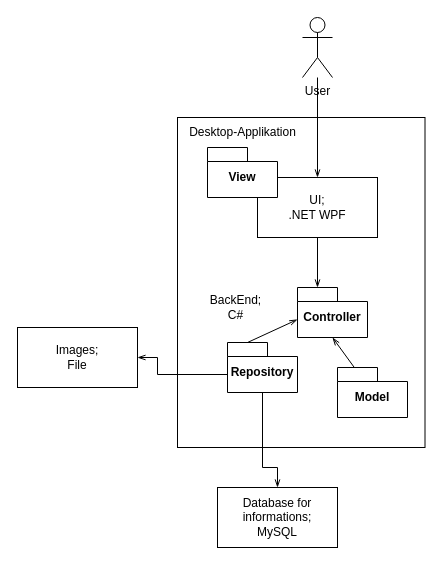
Joel6v/PraktikumZuehlke keeps this draw.io diagram as Diagrams/HighLevelArchitectureDiagram-1.drawio. Above is the earlier version. Source tidied: cells renumbered, new cells numbered last; positions are measured from the earlier drawing's top-left corner, leaving out a move shared by most shapes. Both pictures are drawn from the tidied source at 100%, with x=0, y=0 at pixel (17, 17).
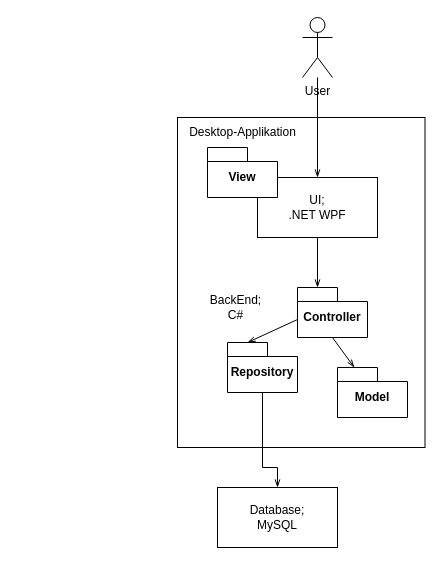
After the change.

Unchanged cells that the change refers to:
```xml
<mxCell id="5" style="group;" parent="1" vertex="1">
  <mxGeometry x="160" y="100" width="247.5" height="330" as="geometry" />
</mxCell>
<mxCell id="10" value="Controller" style="shape=folder;fontStyle=1;spacingTop=10;tabWidth=40;tabHeight=14;tabPosition=left;html=1;whiteSpace=wrap;" parent="5" vertex="1">
  <mxGeometry x="120" y="170" width="70" height="50" as="geometry" />
</mxCell>
<mxCell id="11" value="Model" style="shape=folder;fontStyle=1;spacingTop=10;tabWidth=40;tabHeight=14;tabPosition=left;html=1;whiteSpace=wrap;" parent="5" vertex="1">
  <mxGeometry x="160" y="250" width="70" height="50" as="geometry" />
</mxCell>
<mxCell id="12" value="Repository" style="shape=folder;fontStyle=1;spacingTop=10;tabWidth=40;tabHeight=14;tabPosition=left;html=1;whiteSpace=wrap;" parent="5" vertex="1">
  <mxGeometry x="50" y="225" width="70" height="50" as="geometry" />
</mxCell>
```

What changed in the source:
```diff
@@
-    <mxCell id="3" value="Database for informations;&lt;div&gt;MySQL&lt;/div&gt;" style="rounded=0;whiteSpace=wrap;html=1;" parent="1" vertex="1">
+    <mxCell id="3" value="Database;&lt;div&gt;MySQL&lt;/div&gt;" style="rounded=0;whiteSpace=wrap;html=1;" parent="1" vertex="1">
       <mxGeometry x="200" y="470" width="120" height="60" as="geometry" />
     </mxCell>
-    <mxCell id="4" value="Images;&lt;div&gt;File&lt;/div&gt;" style="rounded=0;whiteSpace=wrap;html=1;" parent="1" vertex="1">
-      <mxGeometry y="310" width="120" height="60" as="geometry" />
-    </mxCell>
@@
-    <mxCell id="13" style="rounded=0;jettySize=auto;html=1;entryX=0;entryY=0;entryDx=0;entryDy=32;entryPerimeter=0;exitX=0;exitY=0;exitDx=20;exitDy=0;exitPerimeter=0;endArrow=openThin;endFill=0;" parent="5" edge="1" source="12" target="10">
+    <mxCell id="13" style="rounded=0;jettySize=auto;html=1;entryX=0;entryY=0;entryDx=0;entryDy=32;entryPerimeter=0;exitX=0;exitY=0;exitDx=20;exitDy=0;exitPerimeter=0;endArrow=none;endFill=0;startArrow=openThin;startFill=0;" parent="5" edge="1" source="12" target="10">
       <mxGeometry relative="1" as="geometry" />
     </mxCell>
-    <mxCell id="14" style="rounded=0;jettySize=auto;html=1;entryX=0.5;entryY=1;entryDx=0;entryDy=0;entryPerimeter=0;endArrow=openThin;endFill=0;" parent="5" edge="1" source="11" target="10">
+    <mxCell id="14" style="rounded=0;jettySize=auto;html=1;entryX=0.5;entryY=1;entryDx=0;entryDy=0;entryPerimeter=0;endArrow=none;endFill=0;startArrow=openThin;startFill=0;" parent="5" edge="1" source="11" target="10">
       <mxGeometry relative="1" as="geometry" />
     </mxCell>
@@
-    <mxCell id="18" style="edgeStyle=orthogonalEdgeStyle;rounded=0;jettySize=auto;html=1;entryX=1;entryY=0.5;entryDx=0;entryDy=0;exitX=0;exitY=0;exitDx=0;exitDy=32;exitPerimeter=0;endArrow=openThin;endFill=0;" parent="1" edge="1" source="12" target="4">
-      <mxGeometry relative="1" as="geometry">
-        <Array as="points">
-          <mxPoint x="140" y="357" />
-          <mxPoint x="140" y="340" />
-        </Array>
-      </mxGeometry>
-    </mxCell>
```
